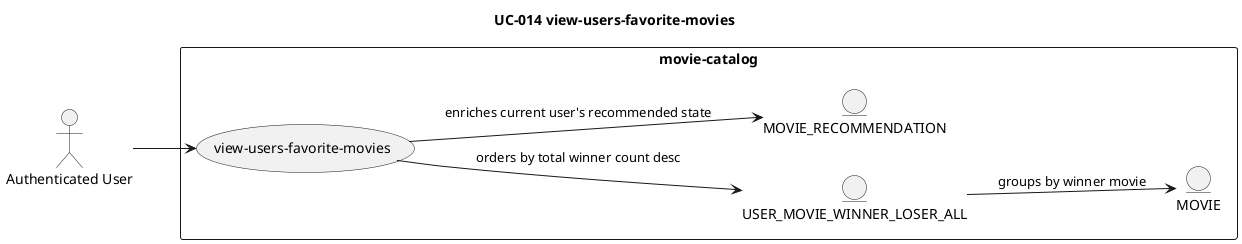
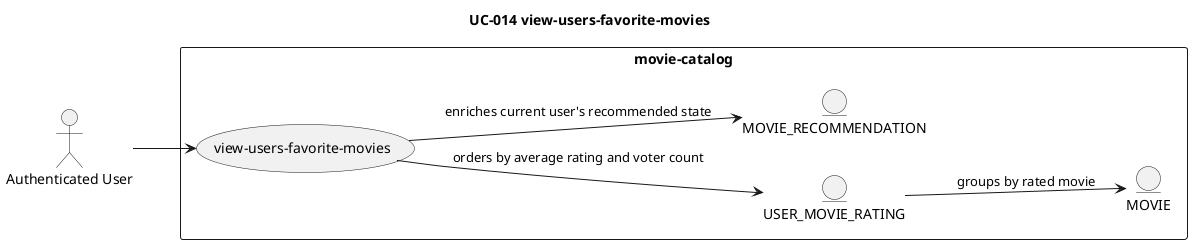
@startuml
title UC-014 view-users-favorite-movies
left to right direction

actor "Authenticated User" as user
rectangle "movie-catalog" {
    usecase "view-users-favorite-movies" as UC
-     entity "USER_MOVIE_WINNER_LOSER_ALL" as closureResult
+     entity "USER_MOVIE_RATING" as rating
    entity "MOVIE" as movie
    entity "MOVIE_RECOMMENDATION" as recommendation
}

user --> UC
- UC --> closureResult : orders by total winner count desc
- closureResult --> movie : groups by winner movie
+ UC --> rating : orders by average rating and voter count
+ rating --> movie : groups by rated movie
UC --> recommendation : enriches current user's recommended state
@enduml
